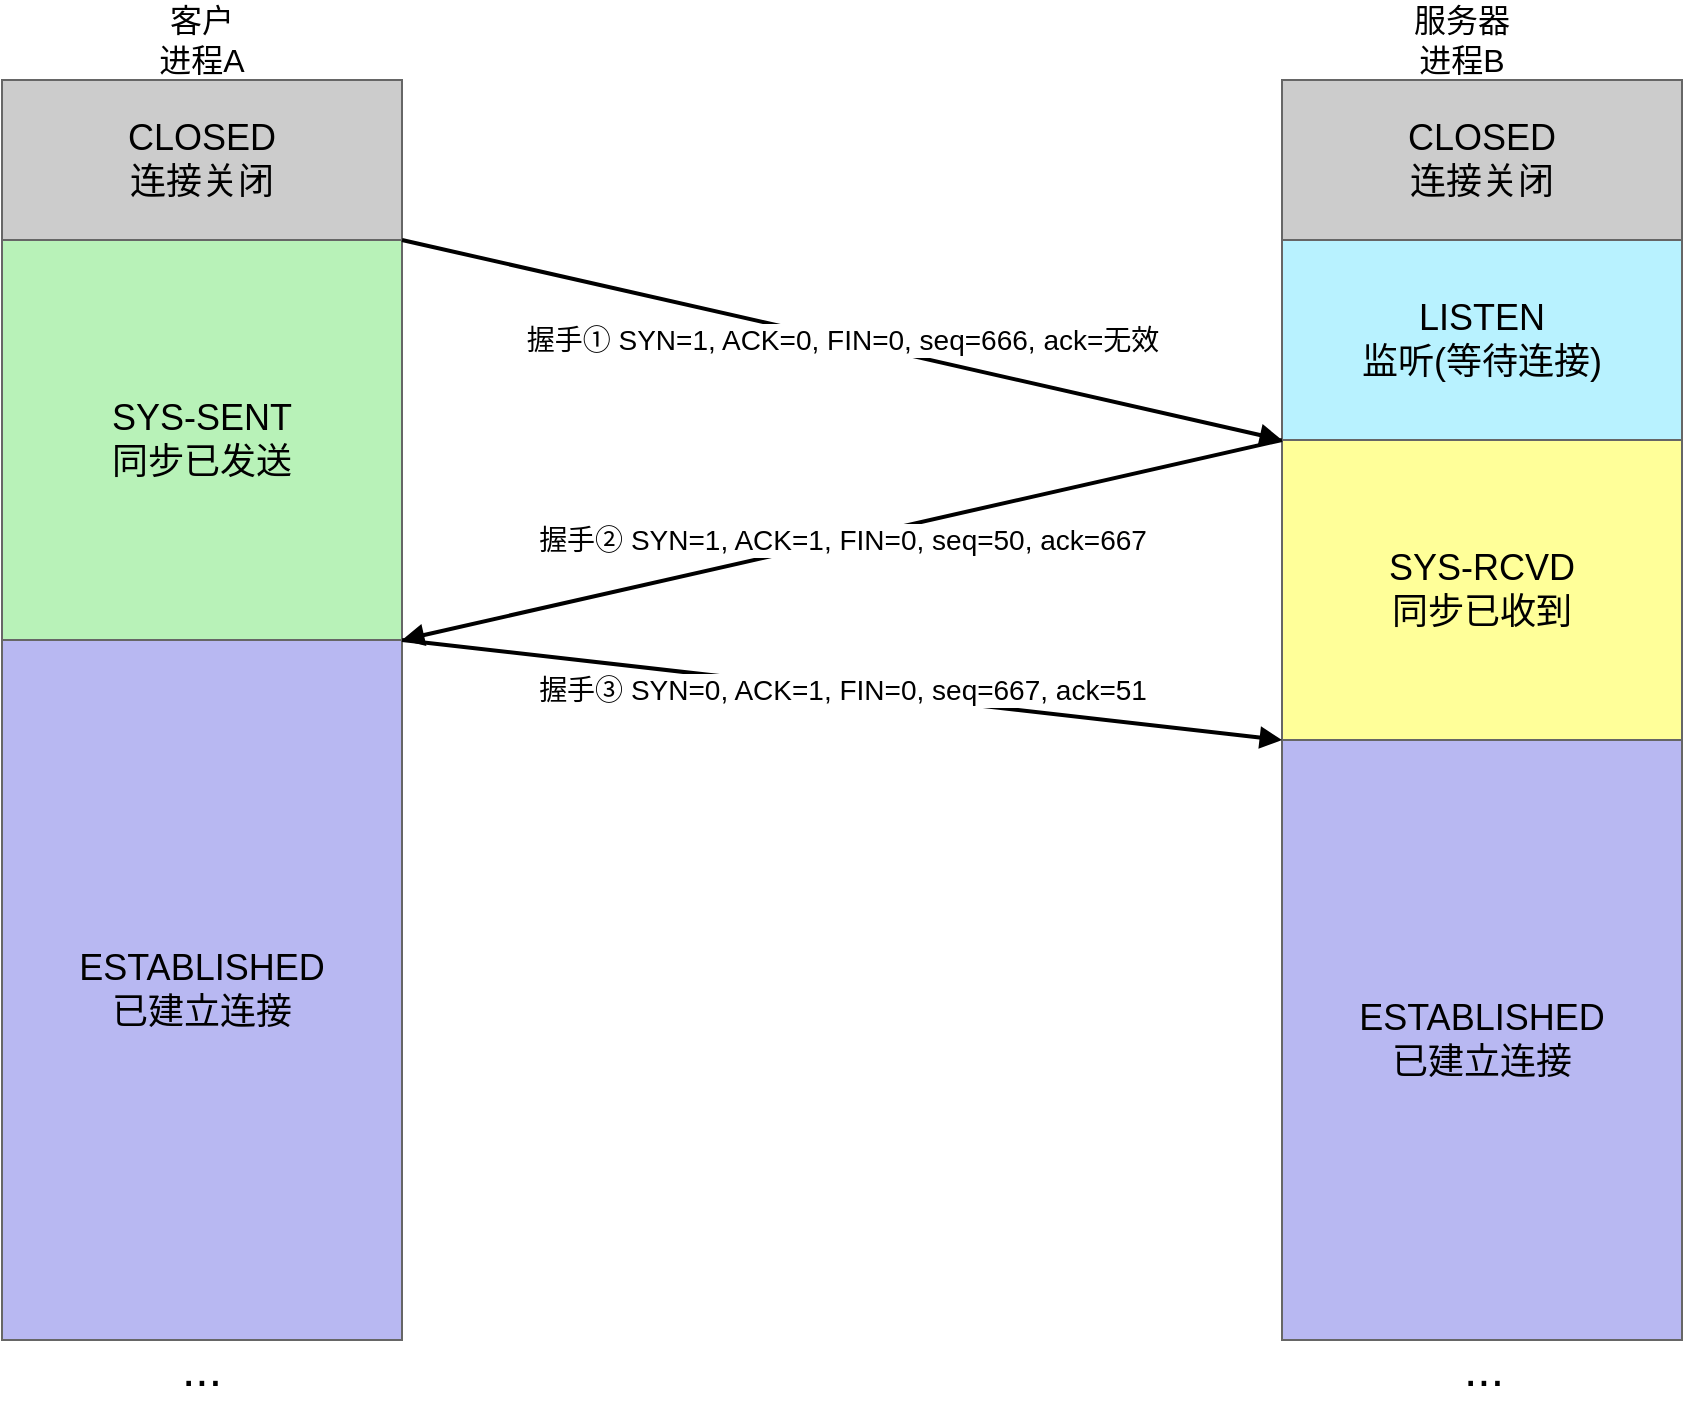
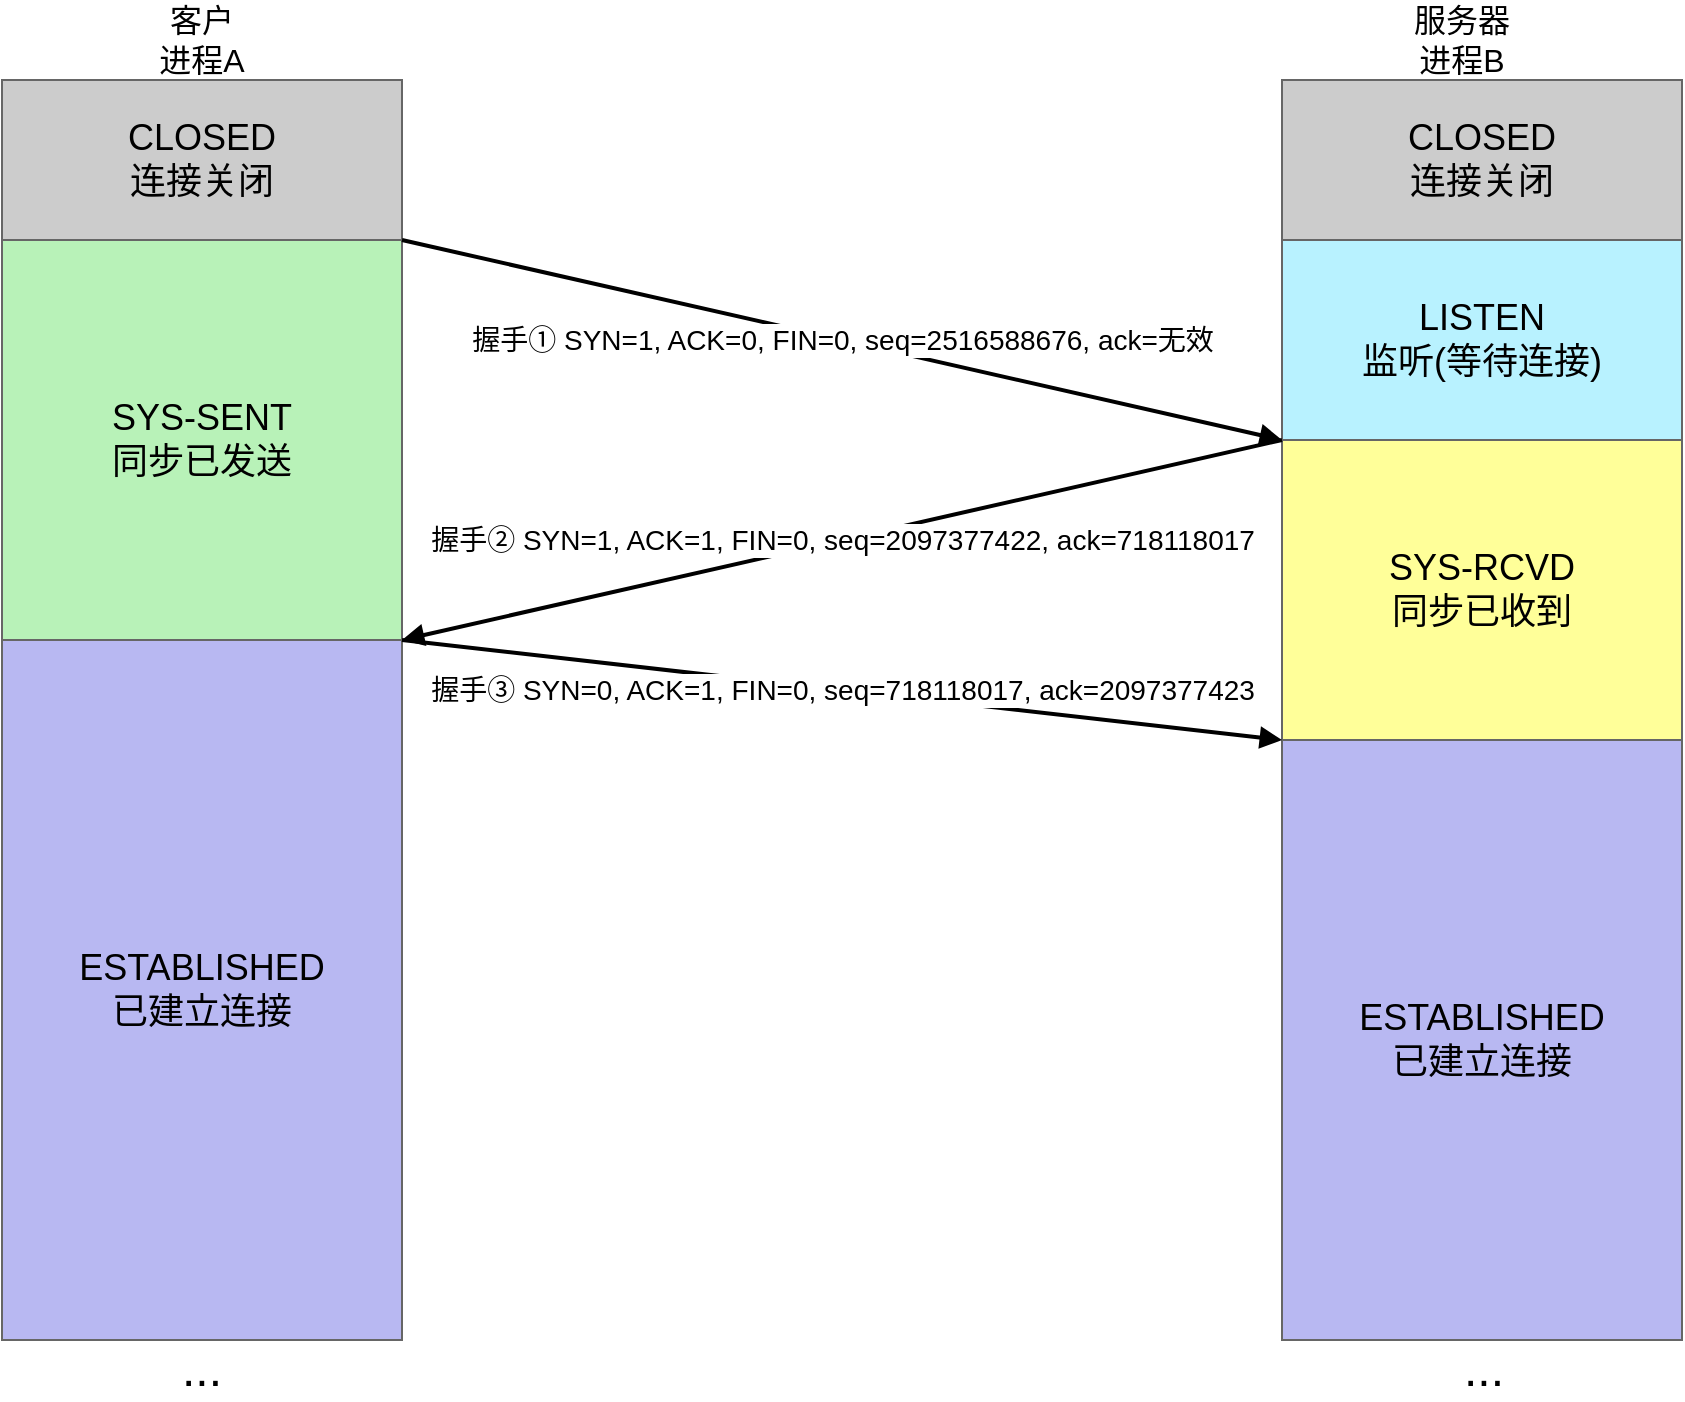
<mxfile host="app.diagrams.net">
  <diagram id="TCP-3way-handshake" name="TCP三次握手">
-     <mxGraphModel dx="1323" dy="809" grid="1" gridSize="10" guides="1" tooltips="1" connect="1" arrows="1" fold="1" page="1" pageScale="1" pageWidth="827" pageHeight="1169" math="0" shadow="0">
+     <mxGraphModel dx="1158" dy="708" grid="1" gridSize="10" guides="1" tooltips="1" connect="1" arrows="1" fold="1" page="1" pageScale="1" pageWidth="827" pageHeight="1169" math="0" shadow="0">
      <root>
        <mxCell id="0" />
        <mxCell id="1" parent="0" />
        <mxCell id="stateA1" parent="1" style="rounded=0;whiteSpace=wrap;html=1;fillColor=#CCCCCC;strokeColor=#666666;" value="&lt;font style=&quot;font-size: 18px;&quot;&gt;CLOSED&lt;br&gt;连接关闭&lt;/font&gt;" vertex="1">
          <mxGeometry height="80" width="200" x="20" y="50" as="geometry" />
        </mxCell>
        <mxCell id="stateA2" parent="1" style="rounded=0;whiteSpace=wrap;html=1;fillColor=#B8F2B8;strokeColor=#666666;" value="&lt;font style=&quot;font-size: 18px;&quot;&gt;SYS-SENT&lt;br&gt;同步已发送&lt;/font&gt;" vertex="1">
          <mxGeometry height="200" width="200" x="20" y="130" as="geometry" />
        </mxCell>
        <mxCell id="stateA3" parent="1" style="rounded=0;whiteSpace=wrap;html=1;fillColor=#B8B8F2;strokeColor=#666666;" value="&lt;font style=&quot;font-size: 18px;&quot;&gt;ESTABLISHED&lt;br&gt;已建立连接&lt;/font&gt;" vertex="1">
          <mxGeometry height="350" width="200" x="20" y="330" as="geometry" />
        </mxCell>
        <mxCell id="dotsA" parent="1" style="text;html=1;strokeColor=none;fillColor=none;align=center;verticalAlign=middle;whiteSpace=wrap;rounded=0;fontSize=24;" value="..." vertex="1">
          <mxGeometry height="30" width="40" x="100" y="680" as="geometry" />
        </mxCell>
        <mxCell id="labelA" parent="1" style="text;html=1;strokeColor=none;fillColor=none;align=center;verticalAlign=middle;whiteSpace=wrap;rounded=0;fontSize=16;" value="客户&#xa;进程A" vertex="1">
          <mxGeometry height="40" width="100" x="70" y="10" as="geometry" />
        </mxCell>
        <mxCell id="stateB1" parent="1" style="rounded=0;whiteSpace=wrap;html=1;fillColor=#CCCCCC;strokeColor=#666666;" value="&lt;font style=&quot;font-size: 18px;&quot;&gt;CLOSED&lt;br&gt;连接关闭&lt;/font&gt;" vertex="1">
          <mxGeometry height="80" width="200" x="660" y="50" as="geometry" />
        </mxCell>
        <mxCell id="stateB2" parent="1" style="rounded=0;whiteSpace=wrap;html=1;fillColor=#B8F2FF;strokeColor=#666666;" value="&lt;font style=&quot;font-size: 18px;&quot;&gt;LISTEN&lt;br&gt;监听(等待连接)&lt;/font&gt;" vertex="1">
          <mxGeometry height="100" width="200" x="660" y="130" as="geometry" />
        </mxCell>
        <mxCell id="stateB3" parent="1" style="rounded=0;whiteSpace=wrap;html=1;fillColor=#FFFF99;strokeColor=#666666;" value="&lt;font style=&quot;font-size: 18px;&quot;&gt;SYS-RCVD&lt;br&gt;同步已收到&lt;/font&gt;" vertex="1">
          <mxGeometry height="150" width="200" x="660" y="230" as="geometry" />
        </mxCell>
        <mxCell id="stateB4" parent="1" style="rounded=0;whiteSpace=wrap;html=1;fillColor=#B8B8F2;strokeColor=#666666;" value="&lt;font style=&quot;font-size: 18px;&quot;&gt;ESTABLISHED&lt;br&gt;已建立连接&lt;/font&gt;" vertex="1">
          <mxGeometry height="300" width="200" x="660" y="380" as="geometry" />
        </mxCell>
        <mxCell id="dotsB" parent="1" style="text;html=1;strokeColor=none;fillColor=none;align=center;verticalAlign=middle;whiteSpace=wrap;rounded=0;fontSize=24;" value="..." vertex="1">
          <mxGeometry height="30" width="40" x="741" y="680" as="geometry" />
        </mxCell>
        <mxCell id="labelB" parent="1" style="text;html=1;strokeColor=none;fillColor=none;align=center;verticalAlign=middle;whiteSpace=wrap;rounded=0;fontSize=16;" value="服务器&#xa;进程B" vertex="1">
          <mxGeometry height="40" width="100" x="700" y="10" as="geometry" />
        </mxCell>
-         <mxCell id="arrow1" edge="1" parent="1" source="stateA2" style="endArrow=block;html=1;strokeWidth=2;fillColor=#000000;labelBackgroundColor=#ffffff;fontSize=14;entryX=0;entryY=1;entryDx=0;entryDy=0;exitX=1;exitY=0;exitDx=0;exitDy=0;" target="stateB2" value="握手① SYN=1, ACK=0, FIN=0, seq=666, ack=无效">
+         <mxCell id="arrow1" edge="1" parent="1" source="stateA2" style="endArrow=block;html=1;strokeWidth=2;fillColor=#000000;labelBackgroundColor=#ffffff;fontSize=14;entryX=0;entryY=1;entryDx=0;entryDy=0;exitX=1;exitY=0;exitDx=0;exitDy=0;" target="stateB2" value="握手① SYN=1, ACK=0, FIN=0, seq=2516588676, ack=无效">
          <mxGeometry relative="1" as="geometry">
            <mxPoint as="offset" />
            <mxPoint x="120" y="180" as="sourcePoint" />
            <mxPoint x="780" y="250" as="targetPoint" />
          </mxGeometry>
        </mxCell>
-         <mxCell id="arrow2" edge="1" parent="1" source="stateB3" style="endArrow=block;html=1;strokeWidth=2;fillColor=#000000;labelBackgroundColor=#ffffff;fontSize=14;exitX=0;exitY=0;exitDx=0;exitDy=0;entryX=1;entryY=1;entryDx=0;entryDy=0;" target="stateA2" value="握手② SYN=1, ACK=1, FIN=0, seq=50, ack=667">
+         <mxCell id="arrow2" edge="1" parent="1" source="stateB3" style="endArrow=block;html=1;strokeWidth=2;fillColor=#000000;labelBackgroundColor=#ffffff;fontSize=14;exitX=0;exitY=0;exitDx=0;exitDy=0;entryX=1;entryY=1;entryDx=0;entryDy=0;" target="stateA2" value="握手② SYN=1, ACK=1, FIN=0, seq=2097377422, ack=718118017">
          <mxGeometry relative="1" as="geometry">
            <mxPoint x="650" y="230" as="sourcePoint" />
            <mxPoint x="120" y="250" as="targetPoint" />
          </mxGeometry>
        </mxCell>
-         <mxCell id="arrow3" edge="1" parent="1" source="stateA2" style="endArrow=block;html=1;strokeWidth=2;fillColor=#000000;labelBackgroundColor=#ffffff;fontSize=14;exitX=1;exitY=1;exitDx=0;exitDy=0;entryX=0;entryY=0;entryDx=0;entryDy=0;" target="stateB4" value="握手③ SYN=0, ACK=1, FIN=0, seq=667, ack=51">
+         <mxCell id="arrow3" edge="1" parent="1" source="stateA2" style="endArrow=block;html=1;strokeWidth=2;fillColor=#000000;labelBackgroundColor=#ffffff;fontSize=14;exitX=1;exitY=1;exitDx=0;exitDy=0;entryX=0;entryY=0;entryDx=0;entryDy=0;" target="stateB4" value="握手③ SYN=0, ACK=1, FIN=0, seq=718118017, ack=2097377423">
          <mxGeometry relative="1" as="geometry">
            <mxPoint x="120" y="280" as="sourcePoint" />
            <mxPoint x="780" y="380" as="targetPoint" />
          </mxGeometry>
        </mxCell>
      </root>
    </mxGraphModel>
  </diagram>
</mxfile>
